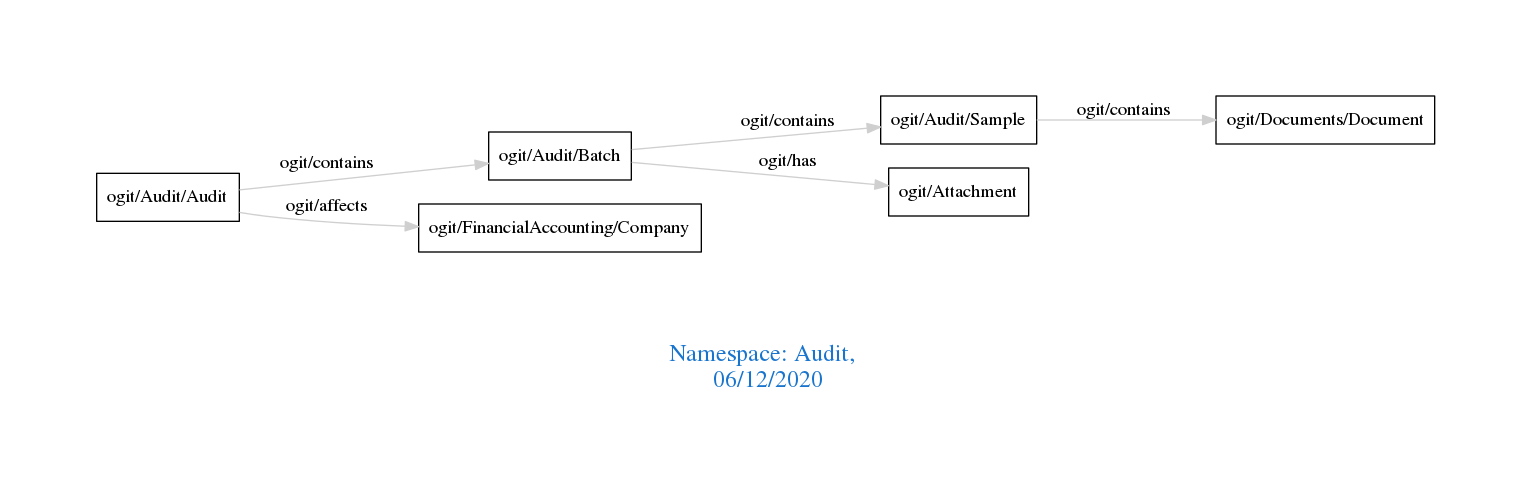
Above: downloads/Audit.png in arago/OGIT (Graphviz), before the change. Its source is kept beside it as downloads/Audit.dot.
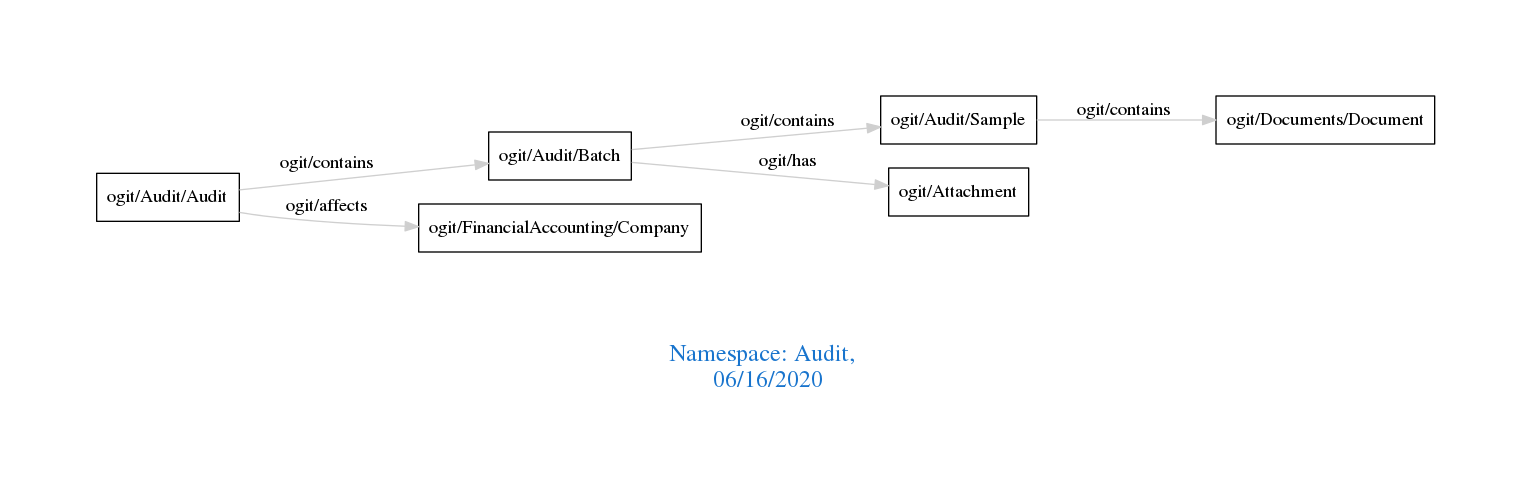
After the commit.

Change to the diagram source:
```diff
@@ -1,7 +1,7 @@
 digraph OGIT_ontology {
  graph [ rankdir= LR,pad=1
 fontsize = 18,
-fontcolor= dodgerblue3,label = "\n\n\nNamespace: Audit, \n 06/12/2020"];
+fontcolor= dodgerblue3,label = "\n\n\nNamespace: Audit, \n 06/16/2020"];
 node[shape=polygon];
 edge [  color="gray81"];
 
```
